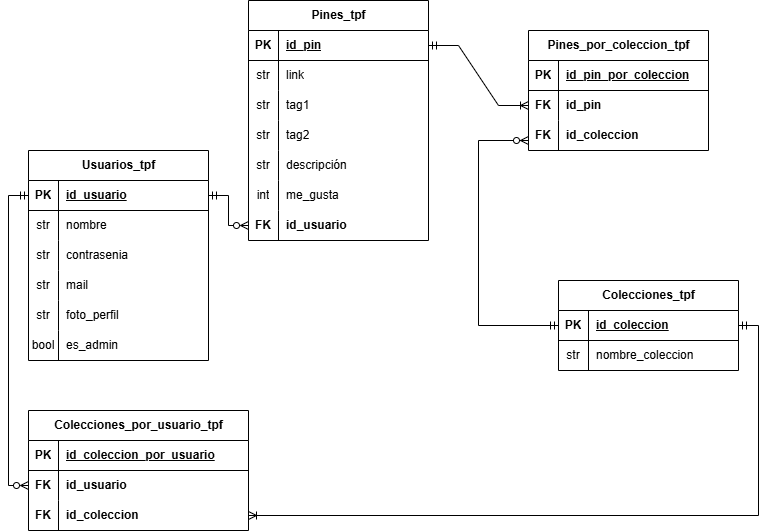
Earlier version of the draw.io export docs/Der - tp final.drawio.png (PioIX/2026-TPF-G12). Source tidied: cells renumbered, new cells last; positions are measured from the earlier drawing's top-left corner, leaving out a move shared by most shapes.
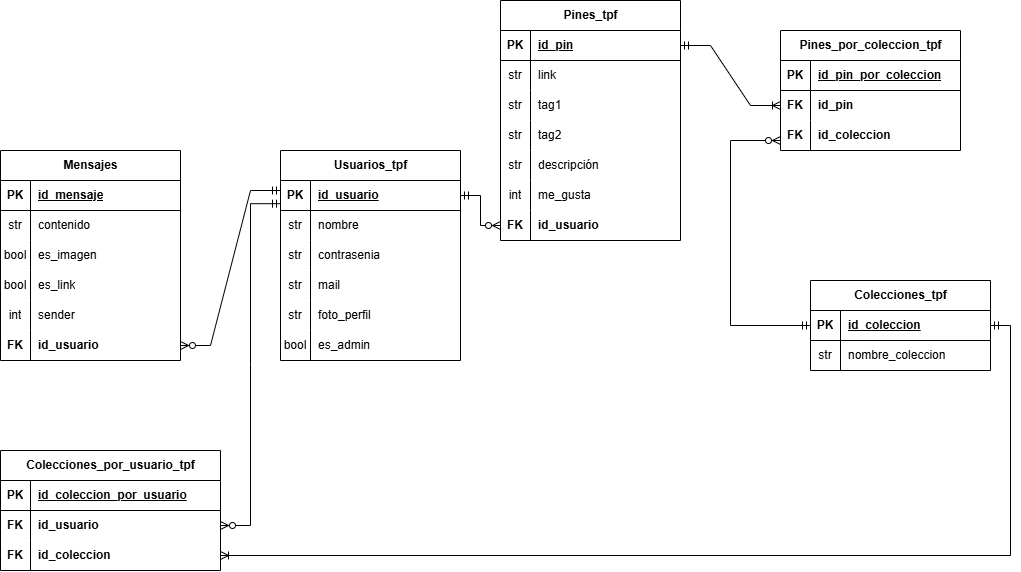
After the commit.

Diff of the diagram source:
```diff
@@ -147,7 +147,7 @@
       <mxGeometry x="30" width="150" height="30" as="geometry" />
     </mxCell>
     <mxCell id="50" value="Colecciones_por_usuario_tpf" style="shape=table;startSize=30;rowLines=0;fontStyle=1;align=center;html=1;" parent="1" vertex="1">
-      <mxGeometry y="410" width="220" height="120" as="geometry" />
+      <mxGeometry x="-280" y="450" width="220" height="120" as="geometry" />
     </mxCell>
     <mxCell id="51" style="shape=tableRow;horizontal=0;startSize=0;swimlaneHead=0;swimlaneBody=0;fillColor=none;top=0;left=0;right=0;bottom=1;" parent="50" vertex="1">
       <mxGeometry y="30" width="220" height="30" as="geometry" />
@@ -182,9 +182,6 @@
     <mxCell id="61" style="edgeStyle=orthogonalEdgeStyle;rounded=0;jettySize=auto;html=1;exitX=1;exitY=0.5;exitDx=0;exitDy=0;entryX=0;entryY=0.5;entryDx=0;entryDy=0;endArrow=ERzeroToMany;endFill=0;startArrow=ERmandOne;startFill=0;" parent="1" edge="1" source="3" target="40">
       <mxGeometry x="-0.46" relative="1" as="geometry" />
     </mxCell>
-    <mxCell id="62" style="edgeStyle=orthogonalEdgeStyle;rounded=0;jettySize=auto;html=1;exitX=0;exitY=0.5;exitDx=0;exitDy=0;entryX=0;entryY=0.5;entryDx=0;entryDy=0;endArrow=ERzeroToMany;endFill=0;startArrow=ERmandOne;startFill=0;" parent="1" edge="1" source="3" target="54">
-      <mxGeometry relative="1" as="geometry" />
-    </mxCell>
     <mxCell id="63" value="Pines_por_coleccion_tpf" style="shape=table;startSize=30;rowLines=0;fontStyle=1;align=center;html=1;" parent="1" vertex="1">
       <mxGeometry x="500" y="30" width="180" height="120" as="geometry" />
     </mxCell>
@@ -227,5 +224,70 @@
         </Array>
       </mxGeometry>
     </mxCell>
+    <mxCell id="75" value="Mensajes" style="shape=table;startSize=30;rowLines=0;fontStyle=1;align=center;html=1;" parent="1" vertex="1">
+      <mxGeometry x="-280" y="150" width="180" height="210" as="geometry" />
+    </mxCell>
+    <mxCell id="76" style="shape=tableRow;horizontal=0;startSize=0;swimlaneHead=0;swimlaneBody=0;fillColor=none;top=0;left=0;right=0;bottom=1;" parent="75" vertex="1">
+      <mxGeometry y="30" width="180" height="30" as="geometry" />
+    </mxCell>
+    <mxCell id="77" value="PK" style="shape=partialRectangle;fillColor=none;top=0;left=0;bottom=0;right=0;fontStyle=1;overflow=hidden;whiteSpace=wrap;html=1;" parent="76" vertex="1">
+      <mxGeometry width="30" height="30" as="geometry" />
+    </mxCell>
+    <mxCell id="78" value="id_mensaje" style="shape=partialRectangle;fillColor=none;top=0;left=0;bottom=0;right=0;align=left;spacingLeft=6;fontStyle=5;overflow=hidden;whiteSpace=wrap;html=1;" parent="76" vertex="1">
+      <mxGeometry x="30" width="150" height="30" as="geometry" />
+    </mxCell>
+    <mxCell id="79" style="shape=tableRow;horizontal=0;startSize=0;swimlaneHead=0;swimlaneBody=0;fillColor=none;top=0;left=0;right=0;bottom=0;" parent="75" vertex="1">
+      <mxGeometry y="60" width="180" height="30" as="geometry" />
+    </mxCell>
+    <mxCell id="80" value="str" style="shape=partialRectangle;fillColor=none;top=0;left=0;bottom=0;right=0;overflow=hidden;whiteSpace=wrap;html=1;" parent="79" vertex="1">
+      <mxGeometry width="30" height="30" as="geometry" />
+    </mxCell>
+    <mxCell id="81" value="contenido" style="shape=partialRectangle;fillColor=none;top=0;left=0;bottom=0;right=0;align=left;spacingLeft=6;overflow=hidden;whiteSpace=wrap;html=1;" parent="79" vertex="1">
+      <mxGeometry x="30" width="150" height="30" as="geometry" />
+    </mxCell>
+    <mxCell id="82" style="shape=tableRow;horizontal=0;startSize=0;swimlaneHead=0;swimlaneBody=0;fillColor=none;top=0;left=0;right=0;bottom=0;" parent="75" vertex="1">
+      <mxGeometry y="90" width="180" height="30" as="geometry" />
+    </mxCell>
+    <mxCell id="83" value="bool" style="shape=partialRectangle;fillColor=none;top=0;left=0;bottom=0;right=0;overflow=hidden;whiteSpace=wrap;html=1;" parent="82" vertex="1">
+      <mxGeometry width="30" height="30" as="geometry" />
+    </mxCell>
+    <mxCell id="84" value="es_imagen" style="shape=partialRectangle;fillColor=none;top=0;left=0;bottom=0;right=0;align=left;spacingLeft=6;overflow=hidden;whiteSpace=wrap;html=1;" parent="82" vertex="1">
+      <mxGeometry x="30" width="150" height="30" as="geometry" />
+    </mxCell>
+    <mxCell id="85" style="shape=tableRow;horizontal=0;startSize=0;swimlaneHead=0;swimlaneBody=0;fillColor=none;top=0;left=0;right=0;bottom=0;" parent="75" vertex="1">
+      <mxGeometry y="120" width="180" height="30" as="geometry" />
+    </mxCell>
+    <mxCell id="86" value="bool" style="shape=partialRectangle;fillColor=none;top=0;left=0;bottom=0;right=0;overflow=hidden;whiteSpace=wrap;html=1;" parent="85" vertex="1">
+      <mxGeometry width="30" height="30" as="geometry" />
+    </mxCell>
+    <mxCell id="87" value="es_link" style="shape=partialRectangle;fillColor=none;top=0;left=0;bottom=0;right=0;align=left;spacingLeft=6;overflow=hidden;whiteSpace=wrap;html=1;" parent="85" vertex="1">
+      <mxGeometry x="30" width="150" height="30" as="geometry" />
+    </mxCell>
+    <mxCell id="88" style="shape=tableRow;horizontal=0;startSize=0;swimlaneHead=0;swimlaneBody=0;fillColor=none;top=0;left=0;right=0;bottom=0;" parent="75" vertex="1">
+      <mxGeometry y="150" width="180" height="30" as="geometry" />
+    </mxCell>
+    <mxCell id="89" value="int" style="shape=partialRectangle;fillColor=none;top=0;left=0;bottom=0;right=0;overflow=hidden;whiteSpace=wrap;html=1;" parent="88" vertex="1">
+      <mxGeometry width="30" height="30" as="geometry" />
+    </mxCell>
+    <mxCell id="90" value="sender" style="shape=partialRectangle;fillColor=none;top=0;left=0;bottom=0;right=0;align=left;spacingLeft=6;overflow=hidden;whiteSpace=wrap;html=1;" parent="88" vertex="1">
+      <mxGeometry x="30" width="150" height="30" as="geometry" />
+    </mxCell>
+    <mxCell id="91" style="shape=tableRow;horizontal=0;startSize=0;swimlaneHead=0;swimlaneBody=0;fillColor=none;points=[[0,0.5],[1,0.5]];portConstraint=eastwest;top=0;left=0;right=0;bottom=0;" parent="75" vertex="1">
+      <mxGeometry y="180" width="180" height="30" as="geometry" />
+    </mxCell>
+    <mxCell id="92" value="&lt;b&gt;FK&lt;/b&gt;" style="shape=partialRectangle;fillColor=none;top=0;left=0;bottom=0;right=0;overflow=hidden;whiteSpace=wrap;html=1;" parent="91" vertex="1">
+      <mxGeometry width="30" height="30" as="geometry" />
+    </mxCell>
+    <mxCell id="93" value="&lt;b&gt;id_usuario&lt;/b&gt;" style="shape=partialRectangle;fillColor=none;top=0;left=0;bottom=0;right=0;align=left;spacingLeft=6;overflow=hidden;whiteSpace=wrap;html=1;" parent="91" vertex="1">
+      <mxGeometry x="30" width="150" height="30" as="geometry" />
+    </mxCell>
+    <mxCell id="94" style="edgeStyle=entityRelationEdgeStyle;fontSize=12;html=1;endArrow=ERmandOne;startArrow=ERzeroToMany;rounded=0;defaultLabelBackgroundColor=page;endFill=0;startFill=0;exitX=1;exitY=0.5;exitDx=0;exitDy=0;" parent="1" edge="1" source="91">
+      <mxGeometry relative="1" as="geometry">
+        <mxPoint y="190" as="targetPoint" />
+      </mxGeometry>
+    </mxCell>
+    <mxCell id="95" style="edgeStyle=entityRelationEdgeStyle;fontSize=12;html=1;endArrow=ERmandOne;startArrow=ERzeroToMany;rounded=0;defaultLabelBackgroundColor=page;endFill=0;startFill=0;entryX=0;entryY=0.773;entryDx=0;entryDy=0;entryPerimeter=0;exitX=1;exitY=0.5;exitDx=0;exitDy=0;" parent="1" edge="1" source="54" target="3">
+      <mxGeometry relative="1" as="geometry" />
+    </mxCell>
   </root>
 </mxGraphModel>
```
